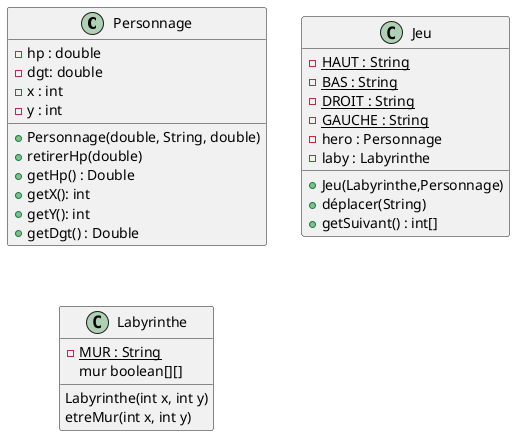
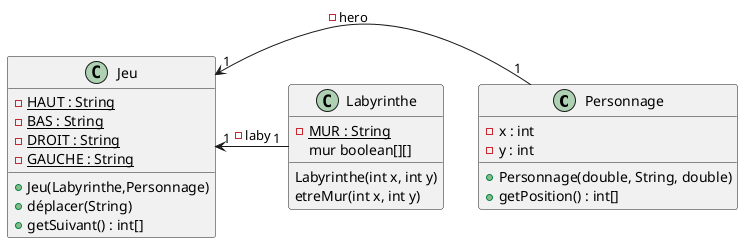
@startuml
'https://plantuml.com/sequence-diagram

class Personnage{
-     - hp : double
-     - dgt: double
+ 
    - x : int
    - y : int

    + Personnage(double, String, double)
-     + retirerHp(double)
-     + getHp() : Double
-     + getX(): int
-     + getY(): int
-     + getDgt() : Double
+     + getPosition() : int[]
}

class Jeu{
    {static} - HAUT : String
    {static} - BAS : String
    {static} - DROIT : String
    {static} - GAUCHE : String
-     - hero : Personnage
-     - laby : Labyrinthe
+ 

    + Jeu(Labyrinthe,Personnage)
    + déplacer(String)
    + getSuivant() : int[]

}

class Labyrinthe {
    {static} -MUR : String
    mur boolean[][]

    Labyrinthe(int x, int y)
    etreMur(int x, int y)

+ }

- }
+ Jeu"1" <- "1" Personnage : - hero
+ Jeu"1" <- "1" Labyrinthe : - laby


@enduml